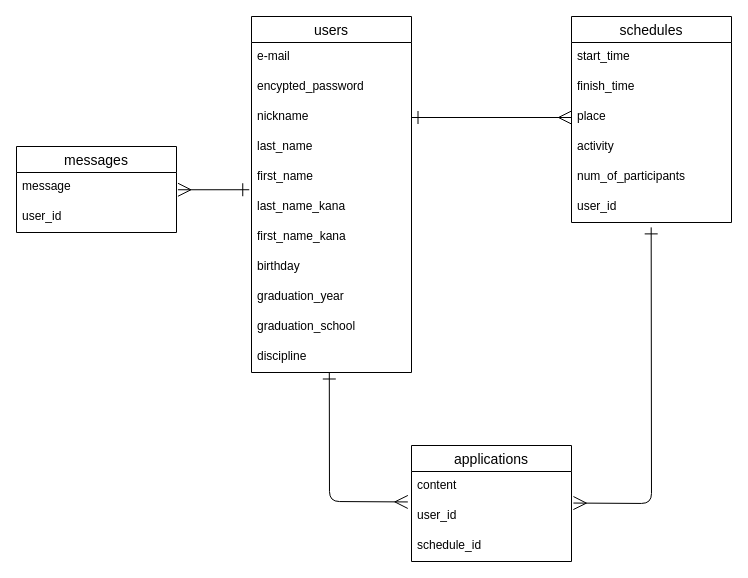
Earlier version of the draw.io diagram er.dio (naminoriko/pcc-app). Source tidied: cells renumbered, new cells numbered last; positions are measured from the earlier drawing's top-left corner, leaving out a move shared by most shapes. Both pictures are drawn from the tidied source at 100%, with x=0, y=0 at pixel (16, 16).
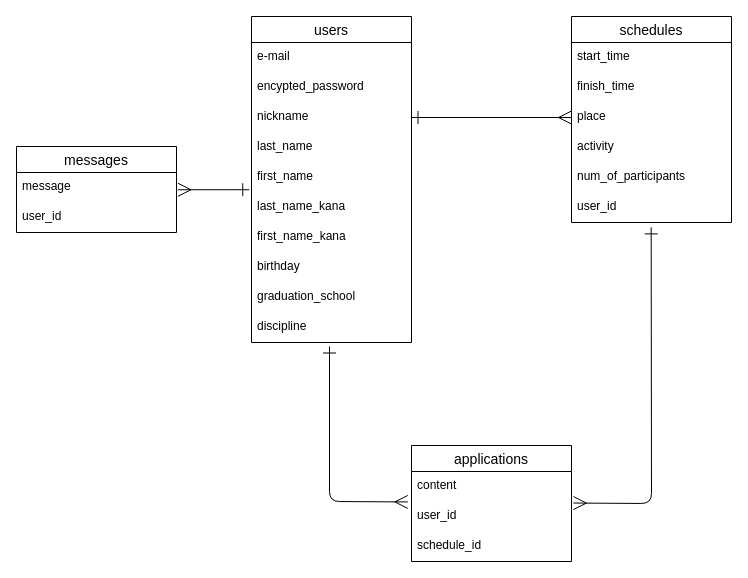
The same page after the edit.

Commit message (it also covers changes not shown here):
graduation_schoolを選択表記に変更

The change refers to these unchanged cells:
```xml
<mxCell id="27" value="user_id" style="text;strokeColor=none;fillColor=none;spacingLeft=4;spacingRight=4;overflow=hidden;points=[[0,0.5],[1,0.5]];portConstraint=eastwest;fontSize=12;" parent="25" vertex="1">
  <mxGeometry y="56" width="160" height="30" as="geometry" />
</mxCell>
```

Diff of the diagram source:
```diff
@@
     <mxCell id="9" value="users" style="swimlane;fontStyle=0;horizontal=1;startSize=26;align=center;fontSize=14;" parent="1" vertex="1">
-      <mxGeometry x="235" width="160" height="356" as="geometry" />
+      <mxGeometry x="235" width="160" height="326" as="geometry" />
     </mxCell>
@@
-    <mxCell id="18" value="graduation_year" style="text;strokeColor=none;fillColor=none;spacingLeft=4;spacingRight=4;overflow=hidden;fontSize=12;" parent="9" vertex="1">
-      <mxGeometry y="266" width="160" height="30" as="geometry" />
-    </mxCell>
     <mxCell id="19" value="graduation_school" style="text;strokeColor=none;fillColor=none;spacingLeft=4;spacingRight=4;overflow=hidden;fontSize=12;" parent="9" vertex="1">
-      <mxGeometry y="296" width="160" height="30" as="geometry" />
+      <mxGeometry y="266" width="160" height="30" as="geometry" />
     </mxCell>
     <mxCell id="20" value="discipline" style="text;strokeColor=none;fillColor=none;spacingLeft=4;spacingRight=4;overflow=hidden;fontSize=12;" parent="9" vertex="1">
-      <mxGeometry y="326" width="160" height="30" as="geometry" />
+      <mxGeometry y="296" width="160" height="30" as="geometry" />
     </mxCell>
@@
-    <mxCell id="31" style="edgeStyle=none;html=1;endArrow=ERmany;endFill=0;startArrow=ERone;startFill=0;endSize=11;startSize=11;exitX=0.498;exitY=1.163;exitDx=0;exitDy=0;exitPerimeter=0;entryX=-0.023;entryY=0.015;entryDx=0;entryDy=0;entryPerimeter=0;" parent="1" edge="1" target="27">
+    <mxCell id="31" style="edgeStyle=none;html=1;endArrow=ERmany;endFill=0;startArrow=ERone;startFill=0;endSize=11;startSize=11;entryX=-0.023;entryY=0.015;entryDx=0;entryDy=0;entryPerimeter=0;" parent="1" edge="1" target="27">
       <mxGeometry relative="1" as="geometry">
-        <mxPoint x="312.8" y="356" as="sourcePoint" />
+        <mxPoint x="313" y="330" as="sourcePoint" />
         <Array as="points">
           <mxPoint x="313" y="485" />
         </Array>
       </mxGeometry>
     </mxCell>
```
